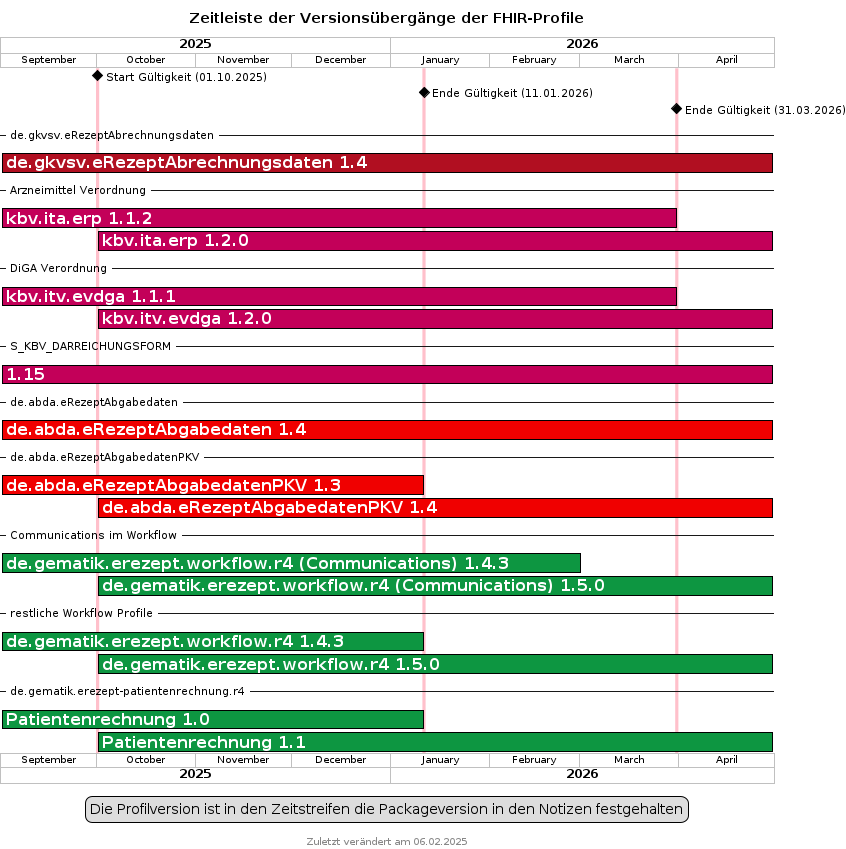
This is images/puml_fhir_version_timeline.png from gematik/api-erp, a PlantUML export, as it was before one commit.
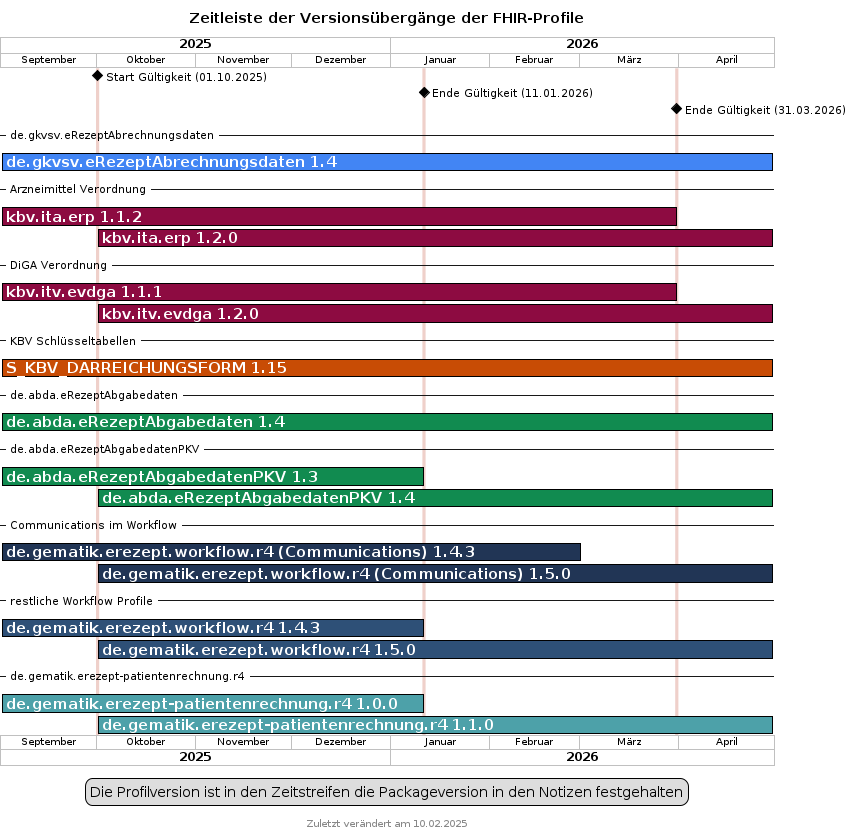
Later version of the same file.

Commit message:
update FHIR version timeline image

The edit, as a diff of the source:
```diff
@@ -1,4 +1,5 @@
 @startgantt fhir_version_timeline
+language de
 
 <style>
 ganttDiagram {
@@ -6,23 +7,26 @@
       BackGroundColor GreenYellow
       LineColor Green
       FontColor white
-      FontSize 16
+      FontSize 15
       FontStyle bold
    }
    undone {
-       BackGroundColor red
+      BackGroundColor #F9C22E
+      FontColor black
+      FontSize 15
+      FontStyle bold
    }
 }
 </style>
 title Zeitleiste der Versionsübergänge der FHIR-Profile
-footer Zuletzt verändert am 06.02.2025
+footer Zuletzt verändert am 10.02.2025
 
 projectscale monthly zoom 3
 Project starts 2025-09-01
 
-2025-10-01 is colored pink
-2026-01-11 is colored pink
-2026-03-31 is colored pink
+2025-10-01 is colored #EFD0CA
+2026-01-11 is colored #EFD0CA
+2026-03-31 is colored #EFD0CA
 
 [Start Gültigkeit (01.10.2025)] happens on 2025-10-01
 [Ende Gültigkeit (11.01.2026)] happens on 2026-01-11
@@ -30,54 +34,54 @@
 
 -- de.gkvsv.eRezeptAbrechnungsdaten --
 [de.gkvsv.eRezeptAbrechnungsdaten 1.4] starts 2025-09-01 and ends 2026-04-30
-[de.gkvsv.eRezeptAbrechnungsdaten 1.4] is colored in #b10f21/black
+[de.gkvsv.eRezeptAbrechnungsdaten 1.4] is colored in #4285f4/black
 
 -- Arzneimittel Verordnung --
 
 [kbv.ita.erp 1.1.2] starts 2025-09-01 and ends 2026-03-31
-[kbv.ita.erp 1.1.2] is colored in #c30059/black
+[kbv.ita.erp 1.1.2] is colored in #8D0B41/black
 [kbv.ita.erp 1.2.0] starts 2025-10-01 and ends 2026-04-30
-[kbv.ita.erp 1.2.0] is colored in #c30059/black
+[kbv.ita.erp 1.2.0] is colored in #8D0B41/black
 
 -- DiGA Verordnung --
 
 [kbv.itv.evdga 1.1.1] starts 2025-09-01 and ends 2026-03-31
-[kbv.itv.evdga 1.1.1] is colored in #c30059/black
+[kbv.itv.evdga 1.1.1] is colored in #8D0B41/black
 [kbv.itv.evdga 1.2.0] starts 2025-10-01 and ends 2026-04-30
-[kbv.itv.evdga 1.2.0] is colored in #c30059/black
+[kbv.itv.evdga 1.2.0] is colored in #8D0B41/black
 
--- S_KBV_DARREICHUNGSFORM --
-[1.15] starts 2025-09-01 and ends 2026-04-30
-[1.15] is colored in #c30059/black
+-- KBV Schlüsseltabellen --
+[S_KBV_DARREICHUNGSFORM 1.15] starts 2025-09-01 and ends 2026-04-30
+[S_KBV_DARREICHUNGSFORM 1.15] is colored in #c84c05/black
 
 -- de.abda.eRezeptAbgabedaten --
 [de.abda.eRezeptAbgabedaten 1.4] starts 2025-09-01 and ends 2026-04-30
-[de.abda.eRezeptAbgabedaten 1.4] is colored in #f00000/black
+[de.abda.eRezeptAbgabedaten 1.4] is colored in #118B50/black
 
 -- de.abda.eRezeptAbgabedatenPKV --
 [de.abda.eRezeptAbgabedatenPKV 1.3] starts 2025-09-01 and ends 2026-01-11
-[de.abda.eRezeptAbgabedatenPKV 1.3] is colored in #f00000/black
+[de.abda.eRezeptAbgabedatenPKV 1.3] is colored in #118B50/black
 [de.abda.eRezeptAbgabedatenPKV 1.4] starts 2025-10-01 and ends 2026-04-30
-[de.abda.eRezeptAbgabedatenPKV 1.4] is colored in #f00000/black
+[de.abda.eRezeptAbgabedatenPKV 1.4] is colored in #118B50/black
 
 -- Communications im Workflow --
 
 [de.gematik.erezept.workflow.r4 (Communications) 1.4.3] starts 2025-09-01 and ends 2026-03-01
-[de.gematik.erezept.workflow.r4 (Communications) 1.4.3] is colored in #0D9641/black
+[de.gematik.erezept.workflow.r4 (Communications) 1.4.3] is colored in #213555/black
 [de.gematik.erezept.workflow.r4 (Communications) 1.5.0] starts 2025-10-01 and ends 2026-04-30
-[de.gematik.erezept.workflow.r4 (Communications) 1.5.0] is colored in #0D9641/black
+[de.gematik.erezept.workflow.r4 (Communications) 1.5.0] is colored in #213555/black
 
 -- restliche Workflow Profile --
 [de.gematik.erezept.workflow.r4 1.4.3] starts 2025-09-01 and ends 2026-01-11
-[de.gematik.erezept.workflow.r4 1.4.3] is colored in #0D9641/black
+[de.gematik.erezept.workflow.r4 1.4.3] is colored in #2E5077/black
 [de.gematik.erezept.workflow.r4 1.5.0] starts 2025-10-01 and ends 2026-04-30
-[de.gematik.erezept.workflow.r4 1.5.0] is colored in #0D9641/black
+[de.gematik.erezept.workflow.r4 1.5.0] is colored in #2E5077/black
 
 -- de.gematik.erezept-patientenrechnung.r4 --
-[Patientenrechnung 1.0] starts 2025-09-01 and ends 2026-01-11
-[Patientenrechnung 1.0] is colored in #0D9641/black
-[Patientenrechnung 1.1] starts 2025-10-01 and ends 2026-04-30
-[Patientenrechnung 1.1] is colored in #0D9641/black
+[de.gematik.erezept-patientenrechnung.r4 1.0.0] starts 2025-09-01 and ends 2026-01-11
+[de.gematik.erezept-patientenrechnung.r4 1.0.0] is colored in #4DA1A9/black
+[de.gematik.erezept-patientenrechnung.r4 1.1.0] starts 2025-10-01 and ends 2026-04-30
+[de.gematik.erezept-patientenrechnung.r4 1.1.0] is colored in #4DA1A9/black
 
 legend
 Die Profilversion ist in den Zeitstreifen die Packageversion in den Notizen festgehalten
```
